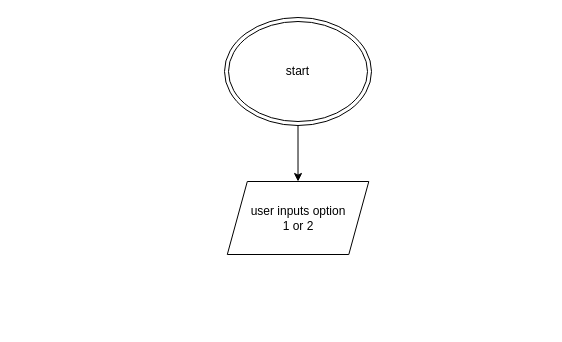
This is Untitled Diagram.drawio from nacho481/C951---Projects, a draw.io file, before an edit. Source tidied: cells renumbered, new cells numbered last; positions are measured from the earlier drawing's top-left corner, leaving out a move shared by most shapes. Both pictures are drawn from the tidied source at 100%, with x=0, y=0 at pixel (224, 17).
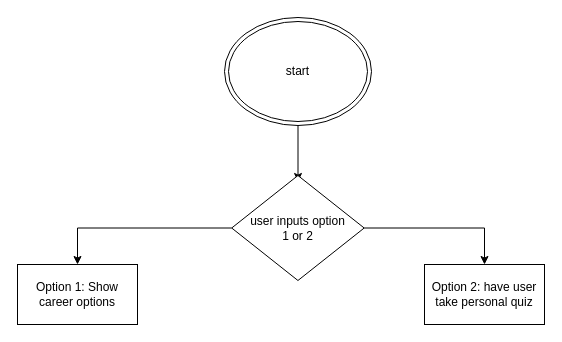
The same page after the edit.

Change to the diagram source:
```diff
@@
 <mxGraphModel>
   <root>
     <mxCell id="0" />
     <mxCell id="1" parent="0" />
     <mxCell id="2" value="start" style="ellipse;shape=doubleEllipse;whiteSpace=wrap;html=1;" parent="1" vertex="1">
       <mxGeometry width="147" height="108" as="geometry" />
     </mxCell>
+    <mxCell id="4" style="endArrow=classic;html=1;rounded=0;exitX=0.5;exitY=1;exitDx=0;exitDy=0;" parent="1" edge="1" source="2">
+      <mxGeometry relative="1" as="geometry">
+        <mxPoint x="73.5" y="164" as="targetPoint" />
+      </mxGeometry>
+    </mxCell>
+    <mxCell id="5" style="edgeStyle=orthogonalEdgeStyle;rounded=0;jettySize=auto;html=1;entryX=0.5;entryY=0;entryDx=0;entryDy=0;" parent="1" edge="1" source="3" target="7">
+      <mxGeometry relative="1" as="geometry" />
+    </mxCell>
+    <mxCell id="6" style="edgeStyle=orthogonalEdgeStyle;rounded=0;jettySize=auto;html=1;entryX=0.5;entryY=0;entryDx=0;entryDy=0;" parent="1" edge="1" source="3" target="8">
+      <mxGeometry relative="1" as="geometry" />
+    </mxCell>
-    <mxCell id="3" value="user inputs option &lt;br&gt;1 or 2" style="shape=parallelogram;perimeter=parallelogramPerimeter;whiteSpace=wrap;html=1;fixedSize=1;" parent="1" vertex="1">
-      <mxGeometry x="2.8" y="164" width="141.5" height="73" as="geometry" />
+    <mxCell id="3" value="user inputs option&lt;br&gt;1 or 2" style="rhombus;whiteSpace=wrap;html=1;" parent="1" vertex="1">
+      <mxGeometry x="7.2" y="158" width="132.5" height="105" as="geometry" />
     </mxCell>
-    <mxCell id="4" style="endArrow=classic;html=1;rounded=0;exitX=0.5;exitY=1;exitDx=0;exitDy=0;" parent="1" edge="1" source="2" target="3">
-      <mxGeometry relative="1" as="geometry" />
-    </mxCell>
+    <mxCell id="7" value="Option 1: Show career options" style="rounded=0;whiteSpace=wrap;html=1;" parent="1" vertex="1">
+      <mxGeometry x="-207" y="247" width="120" height="60" as="geometry" />
+    </mxCell>
+    <mxCell id="8" value="Option 2: have user take personal quiz" style="rounded=0;whiteSpace=wrap;html=1;" parent="1" vertex="1">
+      <mxGeometry x="200" y="247" width="120" height="60" as="geometry" />
+    </mxCell>
   </root>
 </mxGraphModel>
```
